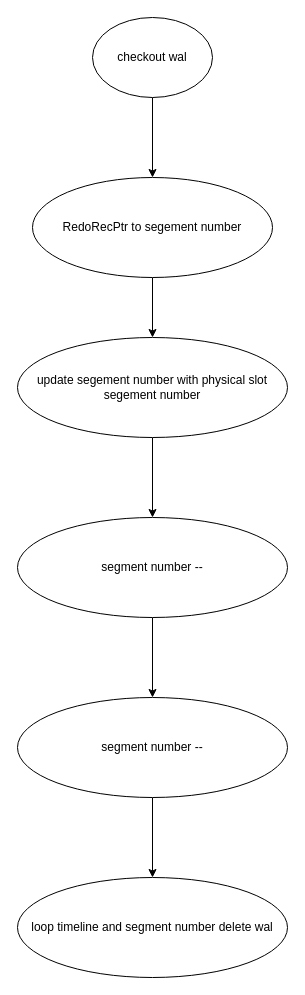
This is page "CheckPointRecycleWAL" (4 of 5) of docs/patroni-trigger-reinitialize-workflow.drawio from xin49/patroni, a draw.io file, before an edit. Source tidied: cells renumbered, new cells numbered last; positions are measured from the earlier drawing's top-left corner, leaving out a move shared by most shapes. Both pictures are drawn from the tidied source at 100%, with x=0, y=0 at pixel (17, 17).
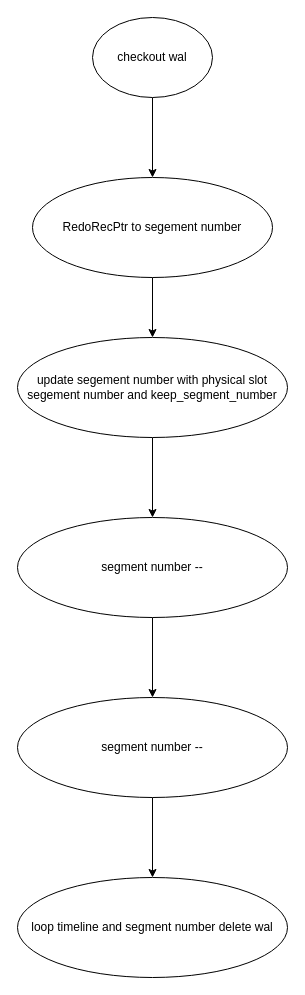
The same diagram, later.

What changed in the source:
```diff
@@
 <mxGraphModel>
   <root>
     <mxCell id="0" />
     <mxCell id="1" parent="0" />
     <mxCell id="2" style="edgeStyle=orthogonalEdgeStyle;rounded=0;jettySize=auto;html=1;" parent="1" edge="1" source="3" target="5">
       <mxGeometry relative="1" as="geometry" />
     </mxCell>
     <mxCell id="3" value="checkout wal" style="ellipse;whiteSpace=wrap;html=1;" parent="1" vertex="1">
       <mxGeometry x="75" width="120" height="80" as="geometry" />
     </mxCell>
     <mxCell id="4" style="edgeStyle=orthogonalEdgeStyle;rounded=0;jettySize=auto;html=1;" parent="1" edge="1" source="5" target="7">
       <mxGeometry relative="1" as="geometry" />
     </mxCell>
     <mxCell id="5" value="RedoRecPtr to segement number" style="ellipse;whiteSpace=wrap;html=1;" parent="1" vertex="1">
       <mxGeometry x="15" y="160" width="240" height="100" as="geometry" />
     </mxCell>
     <mxCell id="6" style="edgeStyle=orthogonalEdgeStyle;rounded=0;jettySize=auto;html=1;" parent="1" edge="1" source="7" target="9">
       <mxGeometry relative="1" as="geometry" />
     </mxCell>
-    <mxCell id="7" value="update segement number with physical slot segement number" style="ellipse;whiteSpace=wrap;html=1;" parent="1" vertex="1">
+    <mxCell id="7" value="update segement number with physical slot segement number and keep_segment_number" style="ellipse;whiteSpace=wrap;html=1;" parent="1" vertex="1">
       <mxGeometry y="320" width="270" height="100" as="geometry" />
     </mxCell>
     <mxCell id="8" style="edgeStyle=orthogonalEdgeStyle;rounded=0;jettySize=auto;html=1;" parent="1" edge="1" source="9" target="11">
       <mxGeometry relative="1" as="geometry" />
     </mxCell>
     <mxCell id="9" value="segment number --" style="ellipse;whiteSpace=wrap;html=1;" parent="1" vertex="1">
       <mxGeometry y="500" width="270" height="100" as="geometry" />
     </mxCell>
     <mxCell id="10" style="edgeStyle=orthogonalEdgeStyle;rounded=0;jettySize=auto;html=1;" parent="1" edge="1" source="11" target="12">
       <mxGeometry relative="1" as="geometry" />
     </mxCell>
     <mxCell id="11" value="segment number --" style="ellipse;whiteSpace=wrap;html=1;" parent="1" vertex="1">
       <mxGeometry y="680" width="270" height="100" as="geometry" />
     </mxCell>
     <mxCell id="12" value="loop timeline and segment number delete wal" style="ellipse;whiteSpace=wrap;html=1;" parent="1" vertex="1">
       <mxGeometry y="860" width="270" height="100" as="geometry" />
     </mxCell>
   </root>
 </mxGraphModel>
```
